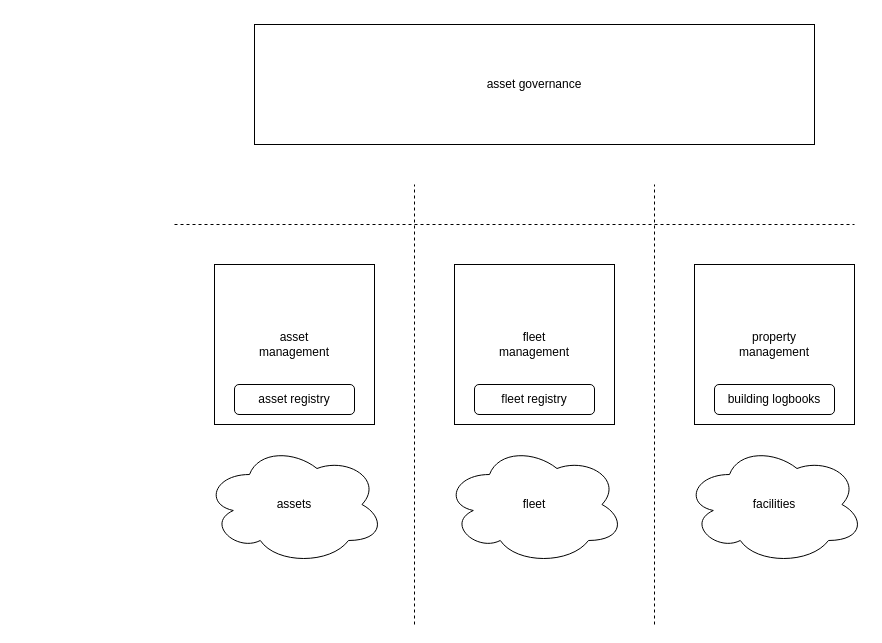
timoruohomaki/LUT-DAP keeps this draw.io diagram as thesis/Untitled Diagram.drawio. Above is the earlier version. Source tidied: cells renumbered, new cells numbered last; positions are measured from the earlier drawing's top-left corner, leaving out a move shared by most shapes. Both pictures are drawn from the tidied source at 100%, with x=0, y=0 at pixel (174, 24).
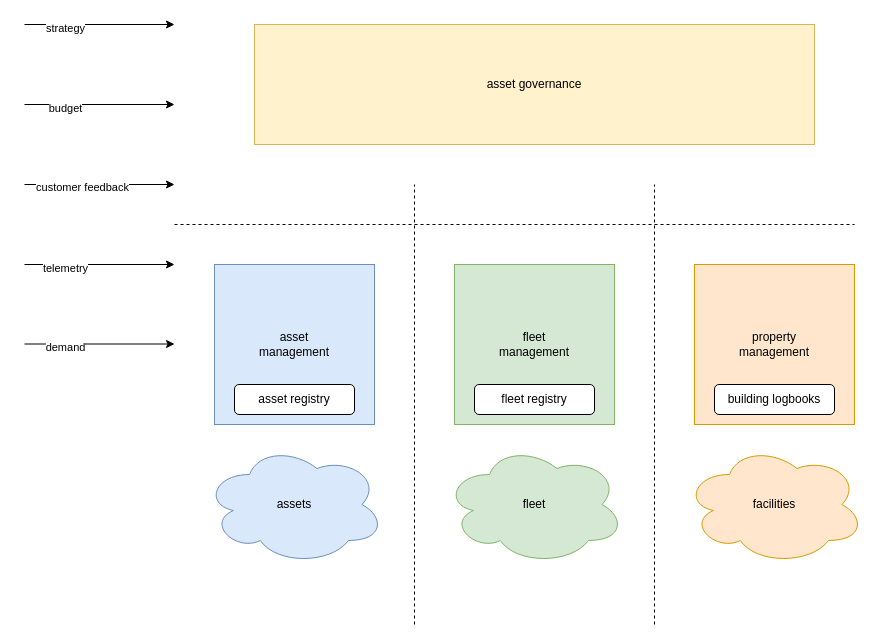
The same page after the edit.

Change to the diagram source:
```diff
@@
-    <mxCell id="3" value="asset&lt;div&gt;management&lt;/div&gt;" style="whiteSpace=wrap;html=1;" parent="1" vertex="1">
+    <mxCell id="3" value="asset&lt;div&gt;management&lt;/div&gt;" style="whiteSpace=wrap;html=1;fillColor=#dae8fc;strokeColor=#6c8ebf;" parent="1" vertex="1">
       <mxGeometry x="40" y="240" width="160" height="160" as="geometry" />
     </mxCell>
-    <mxCell id="4" value="fleet&lt;div&gt;management&lt;/div&gt;" style="whiteSpace=wrap;html=1;" parent="1" vertex="1">
+    <mxCell id="4" value="fleet&lt;div&gt;management&lt;/div&gt;" style="whiteSpace=wrap;html=1;fillColor=#d5e8d4;strokeColor=#82b366;" parent="1" vertex="1">
       <mxGeometry x="280" y="240" width="160" height="160" as="geometry" />
     </mxCell>
-    <mxCell id="5" value="property&lt;div&gt;management&lt;/div&gt;" style="whiteSpace=wrap;html=1;" parent="1" vertex="1">
+    <mxCell id="5" value="property&lt;div&gt;management&lt;/div&gt;" style="whiteSpace=wrap;html=1;fillColor=#ffe6cc;strokeColor=#d79b00;" parent="1" vertex="1">
       <mxGeometry x="520" y="240" width="160" height="160" as="geometry" />
     </mxCell>
@@
-    <mxCell id="8" value="asset governance" style="rounded=0;whiteSpace=wrap;html=1;" parent="1" vertex="1">
+    <mxCell id="8" value="asset governance" style="rounded=0;whiteSpace=wrap;html=1;fillColor=#fff2cc;strokeColor=#d6b656;" parent="1" vertex="1">
       <mxGeometry x="80" width="560" height="120" as="geometry" />
     </mxCell>
-    <mxCell id="9" value="assets" style="ellipse;shape=cloud;whiteSpace=wrap;html=1;" parent="1" vertex="1">
+    <mxCell id="9" value="assets" style="ellipse;shape=cloud;whiteSpace=wrap;html=1;fillColor=#dae8fc;strokeColor=#6c8ebf;" parent="1" vertex="1">
       <mxGeometry x="30" y="420" width="180" height="120" as="geometry" />
     </mxCell>
-    <mxCell id="10" value="fleet" style="ellipse;shape=cloud;whiteSpace=wrap;html=1;" parent="1" vertex="1">
+    <mxCell id="10" value="fleet" style="ellipse;shape=cloud;whiteSpace=wrap;html=1;fillColor=#d5e8d4;strokeColor=#82b366;" parent="1" vertex="1">
       <mxGeometry x="270" y="420" width="180" height="120" as="geometry" />
     </mxCell>
-    <mxCell id="11" value="facilities" style="ellipse;shape=cloud;whiteSpace=wrap;html=1;" parent="1" vertex="1">
+    <mxCell id="11" value="facilities" style="ellipse;shape=cloud;whiteSpace=wrap;html=1;fillColor=#ffe6cc;strokeColor=#d79b00;" parent="1" vertex="1">
       <mxGeometry x="510" y="420" width="180" height="120" as="geometry" />
     </mxCell>
@@
+    <mxCell id="15" style="endArrow=classic;html=1;rounded=0;" parent="1" edge="1">
+      <mxGeometry relative="1" as="geometry">
+        <mxPoint x="-150" y="160" as="sourcePoint" />
+        <mxPoint y="160" as="targetPoint" />
+      </mxGeometry>
+    </mxCell>
+    <mxCell id="16" value="customer feedback" style="edgeLabel;html=1;align=center;verticalAlign=middle;" parent="15" vertex="1">
+      <mxGeometry x="-0.24" y="-2" relative="1" as="geometry" />
+    </mxCell>
+    <mxCell id="17" style="endArrow=classic;html=1;rounded=0;" parent="1" edge="1">
+      <mxGeometry relative="1" as="geometry">
+        <mxPoint x="-150" y="240" as="sourcePoint" />
+        <mxPoint y="240" as="targetPoint" />
+      </mxGeometry>
+    </mxCell>
+    <mxCell id="18" value="telemetry" style="edgeLabel;html=1;align=center;verticalAlign=middle;" parent="17" vertex="1">
+      <mxGeometry x="0.04" y="-3" relative="1" as="geometry">
+        <mxPoint x="-38" as="offset" />
+      </mxGeometry>
+    </mxCell>
+    <mxCell id="19" style="endArrow=classic;html=1;rounded=0;" parent="1" edge="1">
+      <mxGeometry relative="1" as="geometry">
+        <mxPoint x="-150" y="80" as="sourcePoint" />
+        <mxPoint y="80" as="targetPoint" />
+      </mxGeometry>
+    </mxCell>
+    <mxCell id="20" value="budget" style="edgeLabel;html=1;align=center;verticalAlign=middle;" parent="19" vertex="1">
+      <mxGeometry x="0.04" y="-3" relative="1" as="geometry">
+        <mxPoint x="-38" as="offset" />
+      </mxGeometry>
+    </mxCell>
+    <mxCell id="21" style="endArrow=classic;html=1;rounded=0;" parent="1" edge="1">
+      <mxGeometry relative="1" as="geometry">
+        <mxPoint x="-150" as="sourcePoint" />
+        <mxPoint as="targetPoint" />
+      </mxGeometry>
+    </mxCell>
+    <mxCell id="22" value="strategy" style="edgeLabel;html=1;align=center;verticalAlign=middle;" parent="21" vertex="1">
+      <mxGeometry x="0.04" y="-3" relative="1" as="geometry">
+        <mxPoint x="-38" as="offset" />
+      </mxGeometry>
+    </mxCell>
+    <mxCell id="23" style="endArrow=classic;html=1;rounded=0;" parent="1" edge="1">
+      <mxGeometry relative="1" as="geometry">
+        <mxPoint x="-150" y="319.5" as="sourcePoint" />
+        <mxPoint y="319.5" as="targetPoint" />
+      </mxGeometry>
+    </mxCell>
+    <mxCell id="24" value="demand" style="edgeLabel;html=1;align=center;verticalAlign=middle;" parent="23" vertex="1">
+      <mxGeometry x="0.04" y="-3" relative="1" as="geometry">
+        <mxPoint x="-38" as="offset" />
+      </mxGeometry>
+    </mxCell>
```
